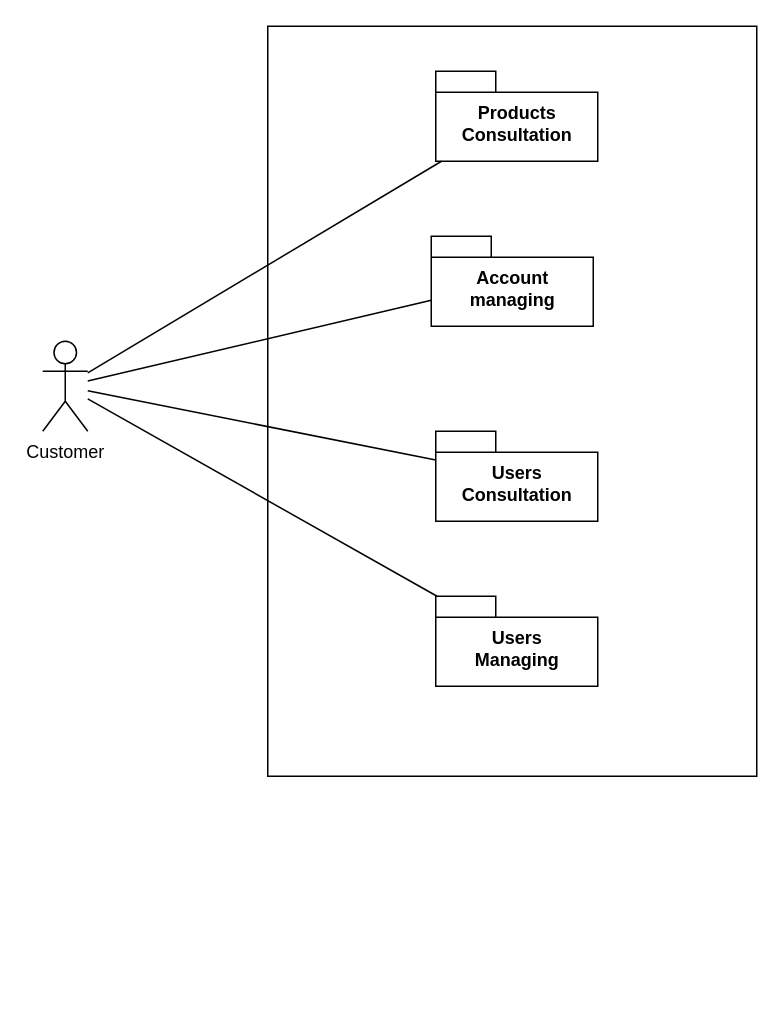
Before: Diagrammes/BileMo_packages.drawio in JgPhil/BileMo, a draw.io diagram. Source tidied: cells renumbered, new cells numbered last; positions are measured from the earlier drawing's top-left corner, leaving out a move shared by most shapes. Both pictures are drawn from the tidied source at 150%, with x=0, y=0 at pixel (42, 26).
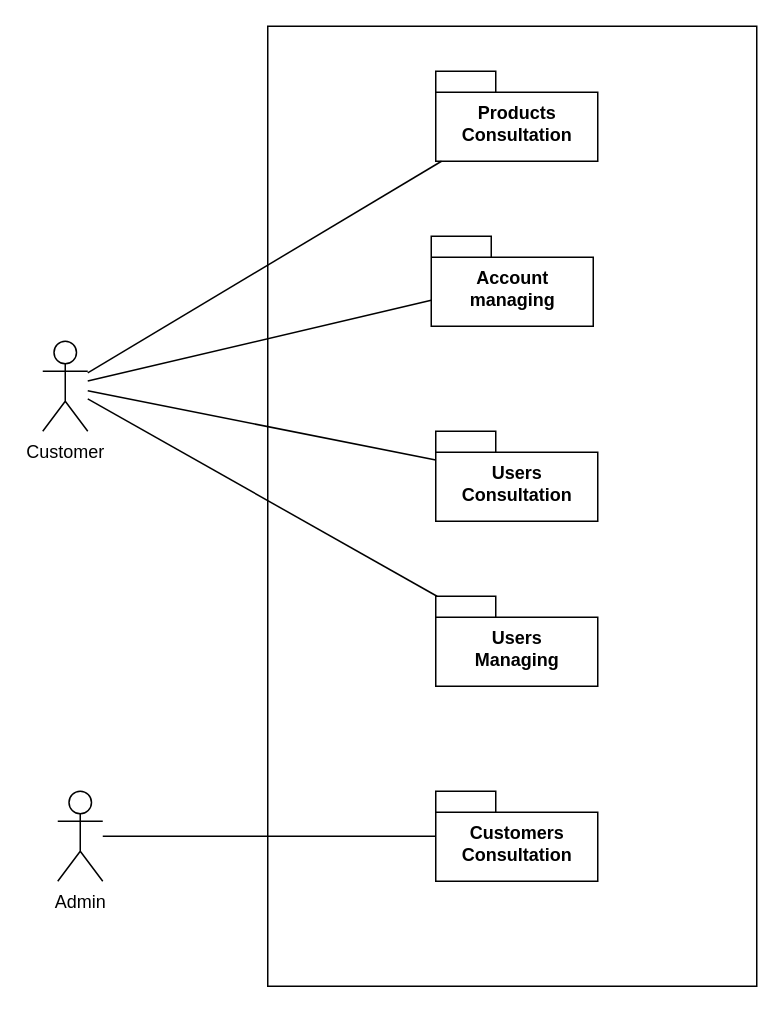
The same diagram, later.

The edit, as a diff of the source:
```diff
@@
 <mxGraphModel>
   <root>
     <mxCell id="0" />
     <mxCell id="1" parent="0" />
     <mxCell id="2" style="rounded=0;whiteSpace=wrap;html=1;" parent="1" vertex="1">
-      <mxGeometry x="150" width="326" height="500" as="geometry" />
+      <mxGeometry x="150" width="326" height="640" as="geometry" />
     </mxCell>
     <mxCell id="3" value="Customer" style="shape=umlActor;verticalLabelPosition=bottom;verticalAlign=top;html=1;outlineConnect=0;" parent="1" vertex="1">
       <mxGeometry y="210" width="30" height="60" as="geometry" />
     </mxCell>
     <mxCell id="4" value="Products&lt;br&gt;Consultation" style="shape=folder;fontStyle=1;spacingTop=10;tabWidth=40;tabHeight=14;tabPosition=left;html=1;" parent="1" vertex="1">
       <mxGeometry x="262" y="30" width="108" height="60" as="geometry" />
     </mxCell>
     <mxCell id="5" value="Users&lt;br&gt;Consultation" style="shape=folder;fontStyle=1;spacingTop=10;tabWidth=40;tabHeight=14;tabPosition=left;html=1;" parent="1" vertex="1">
       <mxGeometry x="262" y="270" width="108" height="60" as="geometry" />
     </mxCell>
     <mxCell id="6" value="Users&lt;br&gt;Managing" style="shape=folder;fontStyle=1;spacingTop=10;tabWidth=40;tabHeight=14;tabPosition=left;html=1;" parent="1" vertex="1">
       <mxGeometry x="262" y="380" width="108" height="60" as="geometry" />
     </mxCell>
     <mxCell id="7" style="endArrow=none;html=1;" parent="1" edge="1" source="3" target="4">
       <mxGeometry relative="1" as="geometry" />
     </mxCell>
     <mxCell id="8" style="endArrow=none;html=1;" parent="1" edge="1" source="3" target="5">
       <mxGeometry relative="1" as="geometry" />
     </mxCell>
     <mxCell id="9" style="endArrow=none;html=1;" parent="1" edge="1" source="3" target="6">
       <mxGeometry relative="1" as="geometry" />
     </mxCell>
     <mxCell id="10" value="Account&lt;br&gt;managing" style="shape=folder;fontStyle=1;spacingTop=10;tabWidth=40;tabHeight=14;tabPosition=left;html=1;" parent="1" vertex="1">
       <mxGeometry x="259" y="140" width="108" height="60" as="geometry" />
     </mxCell>
     <mxCell id="11" style="endArrow=none;html=1;" parent="1" edge="1" source="3" target="10">
       <mxGeometry relative="1" as="geometry" />
     </mxCell>
+    <mxCell id="12" value="Admin" style="shape=umlActor;verticalLabelPosition=bottom;verticalAlign=top;html=1;outlineConnect=0;" parent="1" vertex="1">
+      <mxGeometry x="10" y="510" width="30" height="60" as="geometry" />
+    </mxCell>
+    <mxCell id="13" value="Customers&lt;br&gt;Consultation&lt;br&gt;" style="shape=folder;fontStyle=1;spacingTop=10;tabWidth=40;tabHeight=14;tabPosition=left;html=1;" parent="1" vertex="1">
+      <mxGeometry x="262" y="510" width="108" height="60" as="geometry" />
+    </mxCell>
+    <mxCell id="14" style="endArrow=none;html=1;" parent="1" edge="1" source="12" target="13">
+      <mxGeometry relative="1" as="geometry" />
+    </mxCell>
   </root>
 </mxGraphModel>
```
